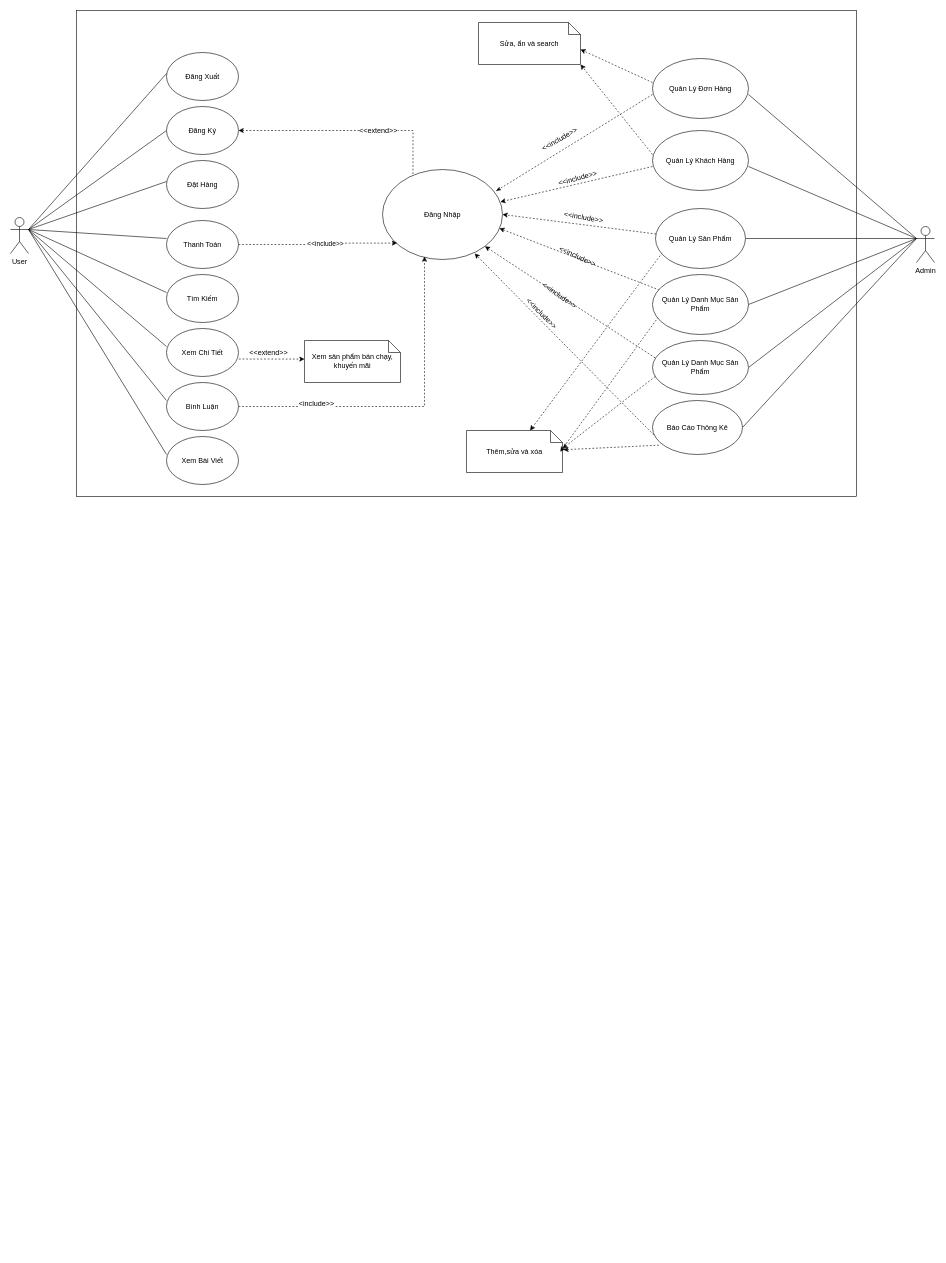
This is Use case.drawio from Blion00/Blion00, a draw.io file, before an edit. Source tidied: cells renumbered, new cells numbered last; positions are measured from the earlier drawing's top-left corner, leaving out a move shared by most shapes. Both pictures are drawn from the tidied source at 60%, with x=0, y=0 at pixel (10, 10).
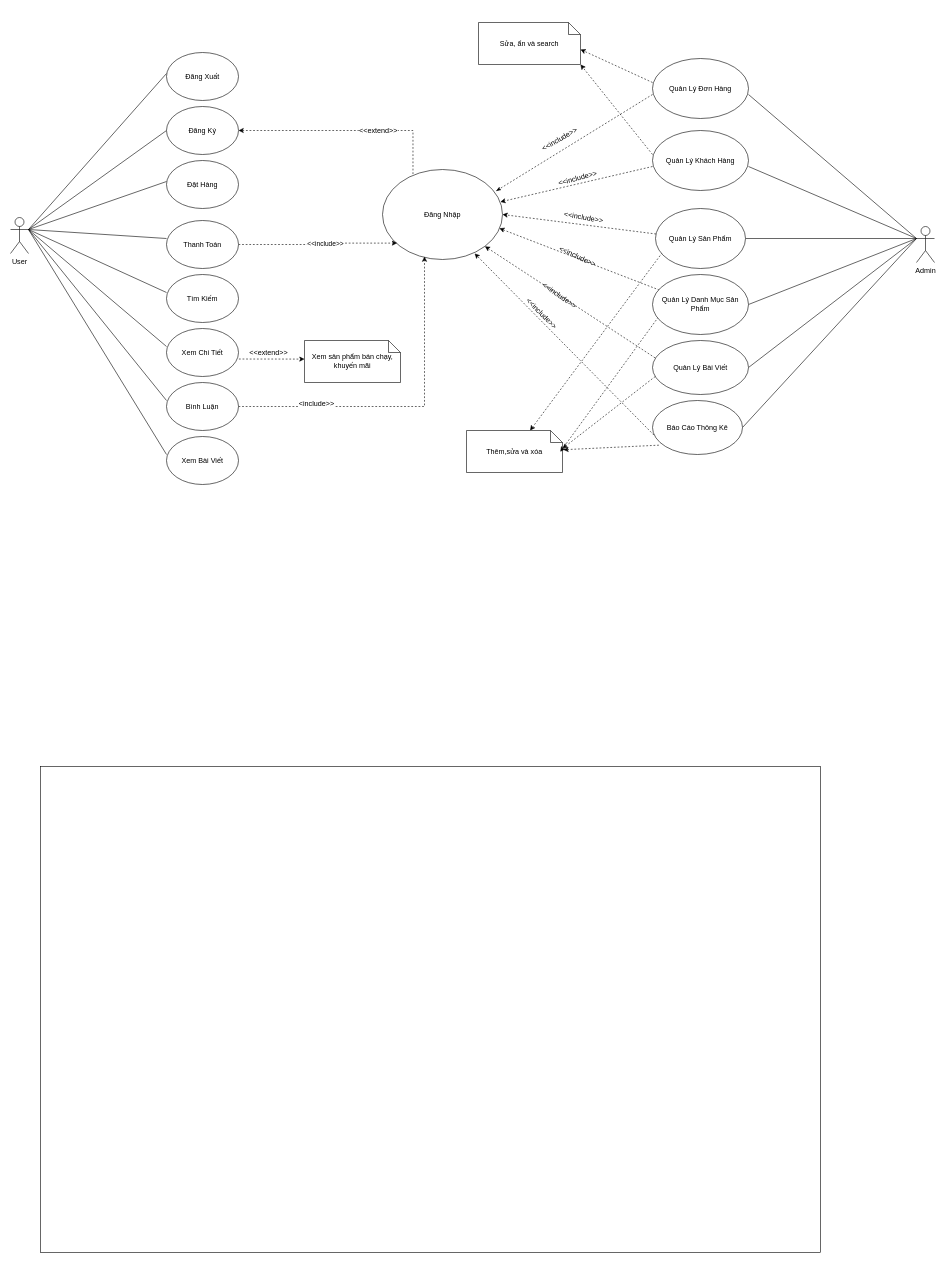
Above is the later version.

Change to the diagram source:
```diff
@@
-    <mxCell id="60" value="Quản Lý Danh Mục Sản Phẩm" style="ellipse;whiteSpace=wrap;html=1;" parent="1" vertex="1">
+    <mxCell id="60" value="Quản Lý Bài Viết" style="ellipse;whiteSpace=wrap;html=1;" parent="1" vertex="1">
       <mxGeometry x="1070" y="550" width="160" height="90" as="geometry" />
     </mxCell>
@@
     <mxCell id="62" style="rounded=0;whiteSpace=wrap;html=1;fillColor=none;" parent="1" vertex="1">
-      <mxGeometry x="110" width="1300" height="810" as="geometry" />
+      <mxGeometry x="50" y="1260" width="1300" height="810" as="geometry" />
     </mxCell>
```
